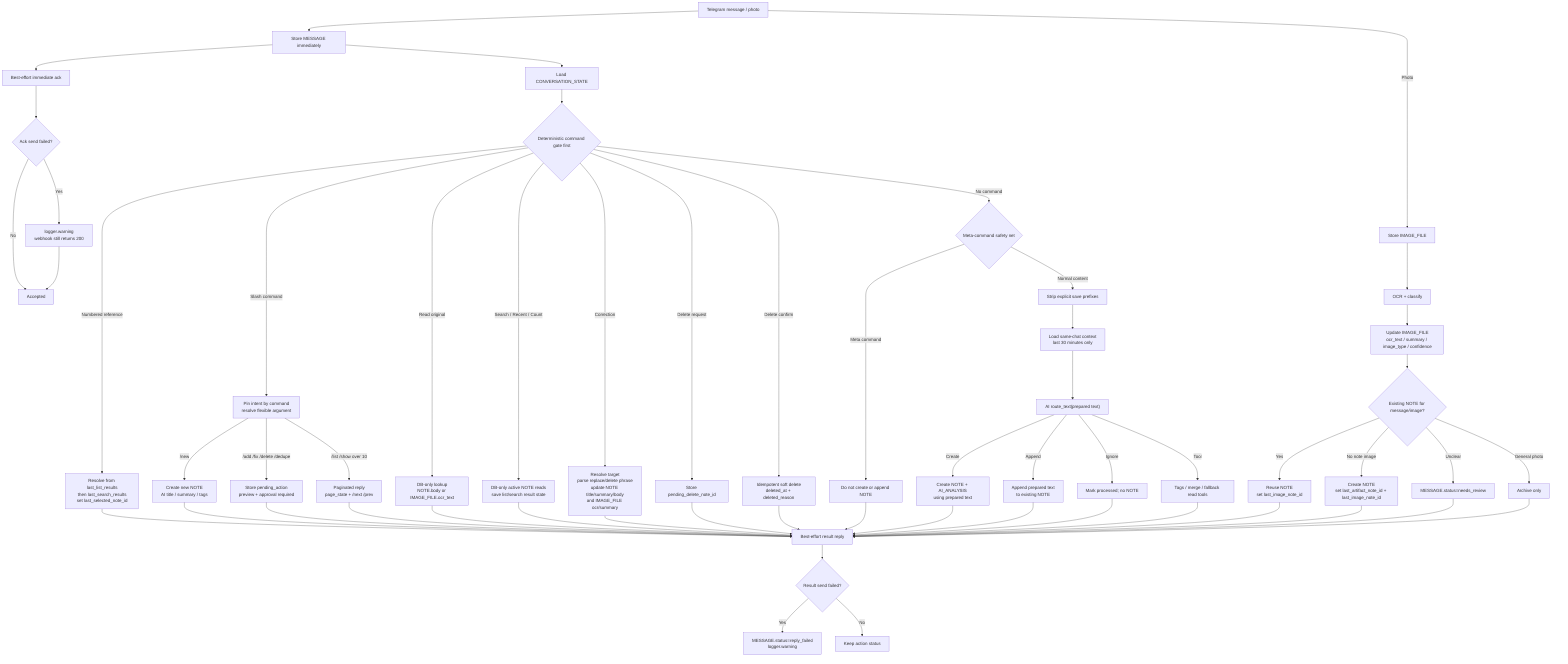
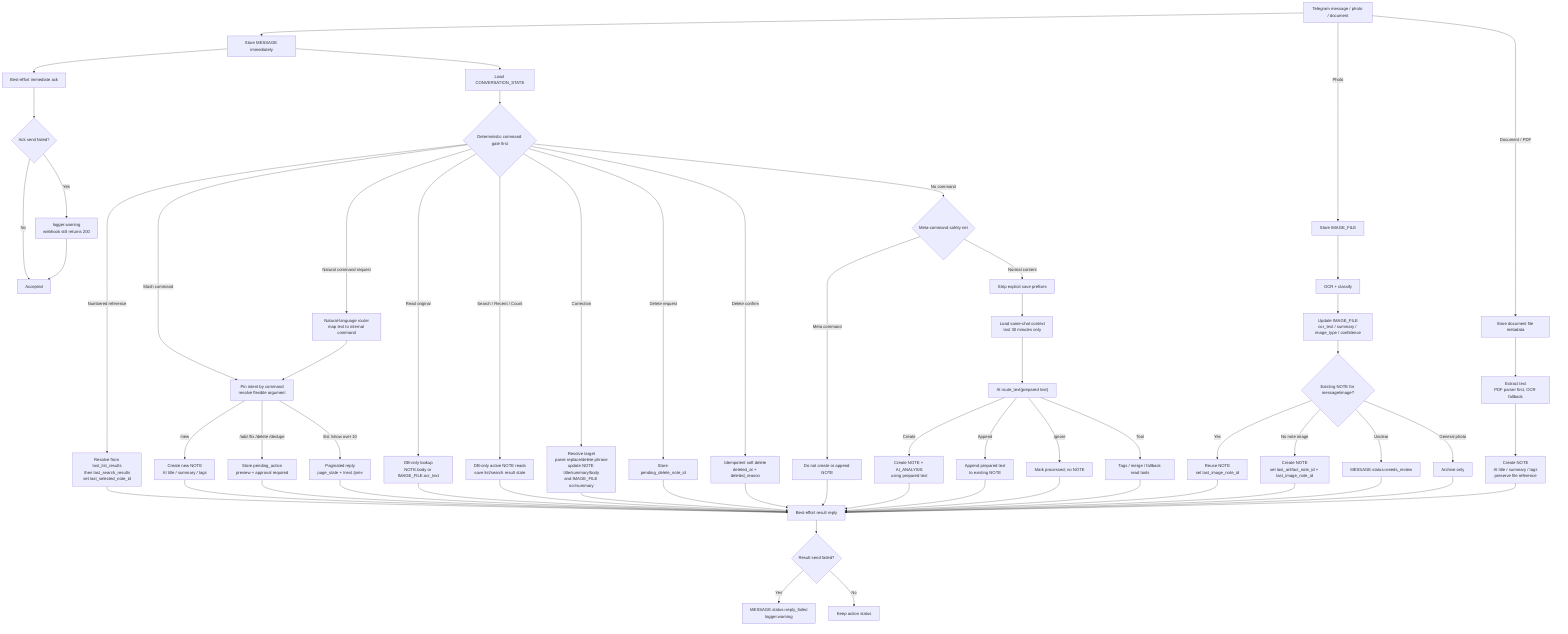
flowchart TD
-     In["Telegram message / photo"] --> Store["Store MESSAGE immediately"]
+     In["Telegram message / photo / document"] --> Store["Store MESSAGE immediately"]
    Store --> Ack["Best-effort immediate ack"]
    Ack --> AckFail{"Ack send failed?"}
    AckFail -->|Yes| AckWarn["logger.warning<br/>webhook still returns 200"]
    AckFail -->|No| Accepted["Accepted"]
    AckWarn --> Accepted

    Store --> State["Load CONVERSATION_STATE"]
    State --> Gate{"Deterministic command gate first"}

    Gate -->|Slash command| Slash["Pin intent by command<br/>resolve flexible argument"]
+     Gate -->|Natural command request| NLRouter["Natural-language router<br/>map text to internal command"]
+     NLRouter --> Slash
    Slash -->|/new| NewNote["Create new NOTE<br/>AI title / summary / tags"]
    Slash -->|/add /fix /delete /dedupe| Approval["Store pending_action<br/>preview + approval required"]
    Slash -->|/list /show over 10| Page["Paginated reply<br/>page_state + /next /prev"]
    Gate -->|Numbered reference| Numbered["Resolve from last_list_results<br/>then last_search_results<br/>set last_selected_note_id"]
    Gate -->|Read original| ReadLast["DB-only lookup<br/>NOTE.body or IMAGE_FILE.ocr_text"]
    Gate -->|Search / Recent / Count| ReadTools["DB-only active NOTE reads<br/>save list/search result state"]
    Gate -->|Correction| Correct["Resolve target<br/>parse replace/delete phrase<br/>update NOTE title/summary/body<br/>and IMAGE_FILE ocr/summary"]
    Gate -->|Delete request| DeleteAsk["Store pending_delete_note_id"]
    Gate -->|Delete confirm| DeleteExec["Idempotent soft delete<br/>deleted_at + deleted_reason"]
    Gate -->|No command| MetaGuard{"Meta-command safety net"}

    MetaGuard -->|Meta command| NoSave["Do not create or append NOTE"]
    MetaGuard -->|Normal content| Prep["Strip explicit save prefixes"]
    Prep --> Context["Load same-chat context<br/>last 30 minutes only"]
    Context --> AIRouter["AI route_text(prepared text)"]

    AIRouter -->|Create| Create["Create NOTE + AI_ANALYSIS<br/>using prepared text"]
    AIRouter -->|Append| Append["Append prepared text<br/>to existing NOTE"]
    AIRouter -->|Ignore| Ignore["Mark processed; no NOTE"]
    AIRouter -->|Tool| Tool["Tags / merge / fallback read tools"]

    In -->|Photo| Photo["Store IMAGE_FILE"]
    Photo --> Vision["OCR + classify"]
    Vision --> ImageUpdate["Update IMAGE_FILE<br/>ocr_text / summary / image_type / confidence"]
    ImageUpdate --> Existing{"Existing NOTE for message/image?"}
    Existing -->|Yes| ExistingRef["Reuse NOTE<br/>set last_image_note_id"]
    Existing -->|No note image| ImageNote["Create NOTE<br/>set last_artifact_note_id + last_image_note_id"]
    Existing -->|Unclear| Review["MESSAGE.status=needs_review"]
    Existing -->|General photo| PhotoOnly["Archive only"]

+     In -->|Document / PDF| Document["Store document file metadata"]
+     Document --> Extract["Extract text<br/>PDF parser first, OCR fallback"]
+     Extract --> DocNote["Create NOTE<br/>AI title / summary / tags<br/>preserve file reference"]
+ 
    Numbered --> Reply["Best-effort result reply"]
    NewNote --> Reply
    Approval --> Reply
    Page --> Reply
    ReadLast --> Reply
    ReadTools --> Reply
    Correct --> Reply
    DeleteAsk --> Reply
    DeleteExec --> Reply
    NoSave --> Reply
    Create --> Reply
    Append --> Reply
    Ignore --> Reply
    Tool --> Reply
    ExistingRef --> Reply
    ImageNote --> Reply
    Review --> Reply
    PhotoOnly --> Reply
+     DocNote --> Reply

    Reply --> ReplyFail{"Result send failed?"}
    ReplyFail -->|Yes| ReplyFailed["MESSAGE.status=reply_failed<br/>logger.warning"]
    ReplyFail -->|No| Done["Keep action status"]
